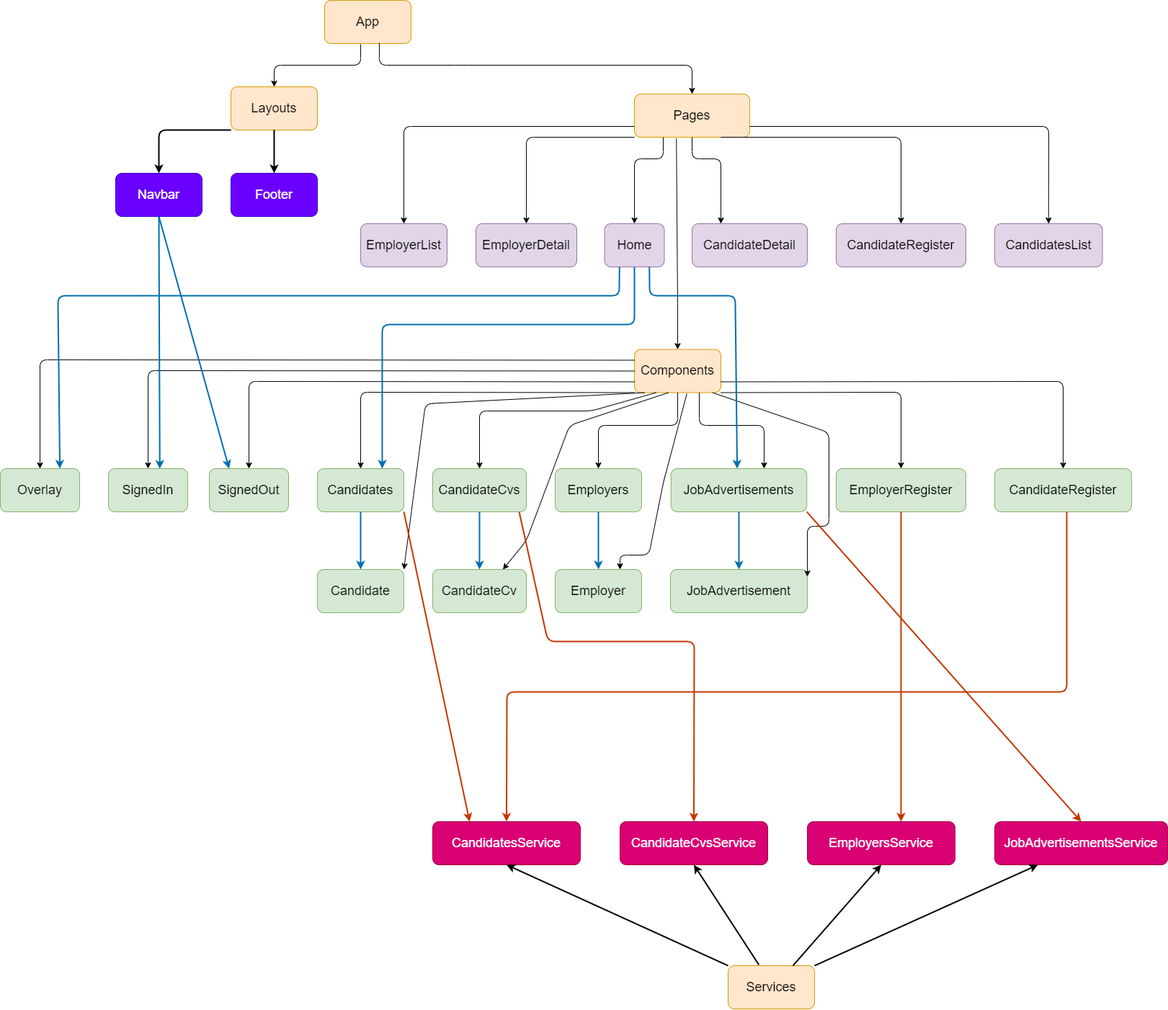
The draw.io diagram src/assets/images/HrmsDiagram.png in sumeyyeyegen/HRMS.Frontend, before a commit. Source tidied: cells renumbered, new cells last; positions are measured from the earlier drawing's top-left corner, leaving out a move shared by most shapes.
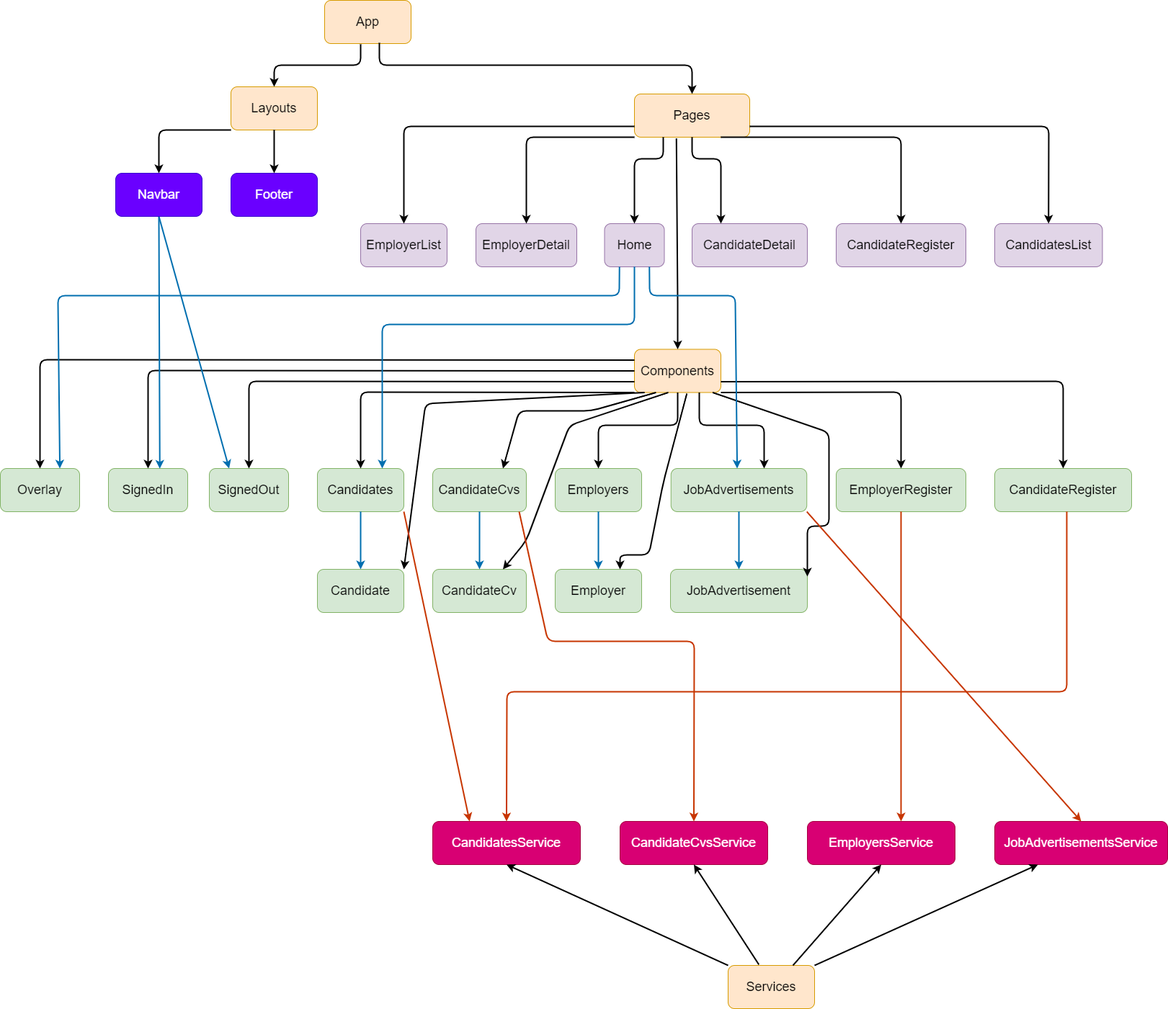
Above is the later version.

Change to the diagram source:
```diff
@@ -14,7 +14,7 @@
     <mxCell id="5" value="&lt;font style=&quot;font-size: 18px&quot;&gt;Layouts&lt;/font&gt;" style="rounded=1;whiteSpace=wrap;html=1;fillColor=#ffe6cc;strokeColor=#d79b00;" parent="1" vertex="1">
       <mxGeometry x="320" y="120" width="120" height="60" as="geometry" />
     </mxCell>
-    <mxCell id="6" style="endArrow=classic;html=1;entryX=0.5;entryY=0;entryDx=0;entryDy=0;exitX=0.633;exitY=0.983;exitDx=0;exitDy=0;exitPerimeter=0;" parent="1" edge="1" source="2" target="3">
+    <mxCell id="6" style="endArrow=classic;html=1;entryX=0.5;entryY=0;entryDx=0;entryDy=0;exitX=0.633;exitY=0.983;exitDx=0;exitDy=0;exitPerimeter=0;strokeWidth=2;" parent="1" edge="1" source="2" target="3">
       <mxGeometry relative="1" as="geometry">
         <Array as="points">
           <mxPoint x="526" y="90" />
@@ -23,7 +23,7 @@
         </Array>
       </mxGeometry>
     </mxCell>
-    <mxCell id="7" style="endArrow=classic;html=1;entryX=0.5;entryY=0;entryDx=0;entryDy=0;exitX=0.417;exitY=1.017;exitDx=0;exitDy=0;exitPerimeter=0;" parent="1" edge="1" source="2" target="5">
+    <mxCell id="7" style="endArrow=classic;html=1;entryX=0.5;entryY=0;entryDx=0;entryDy=0;exitX=0.417;exitY=1.017;exitDx=0;exitDy=0;exitPerimeter=0;strokeWidth=2;" parent="1" edge="1" source="2" target="5">
       <mxGeometry relative="1" as="geometry">
         <Array as="points">
           <mxPoint x="500" y="90" />
@@ -31,7 +31,7 @@
         </Array>
       </mxGeometry>
     </mxCell>
-    <mxCell id="8" style="endArrow=classic;html=1;entryX=0.5;entryY=0;entryDx=0;entryDy=0;exitX=0.364;exitY=1.029;exitDx=0;exitDy=0;exitPerimeter=0;" parent="1" edge="1" source="3" target="4">
+    <mxCell id="8" style="endArrow=classic;html=1;entryX=0.5;entryY=0;entryDx=0;entryDy=0;exitX=0.364;exitY=1.029;exitDx=0;exitDy=0;exitPerimeter=0;strokeWidth=2;" parent="1" edge="1" source="3" target="4">
       <mxGeometry relative="1" as="geometry">
         <Array as="points">
           <mxPoint x="940" y="430" />
@@ -95,21 +95,21 @@
     <mxCell id="27" value="&lt;font style=&quot;font-size: 18px&quot;&gt;EmployerDetail&lt;/font&gt;" style="rounded=1;whiteSpace=wrap;html=1;fillColor=#e1d5e7;strokeColor=#9673a6;" parent="1" vertex="1">
       <mxGeometry x="660" y="310" width="140" height="60" as="geometry" />
     </mxCell>
-    <mxCell id="28" style="endArrow=classic;html=1;exitX=1;exitY=0.75;exitDx=0;exitDy=0;entryX=0.5;entryY=0;entryDx=0;entryDy=0;" parent="1" edge="1" source="3" target="23">
+    <mxCell id="28" style="endArrow=classic;html=1;exitX=1;exitY=0.75;exitDx=0;exitDy=0;entryX=0.5;entryY=0;entryDx=0;entryDy=0;strokeWidth=2;" parent="1" edge="1" source="3" target="23">
       <mxGeometry relative="1" as="geometry">
         <Array as="points">
           <mxPoint x="1455" y="175" />
         </Array>
       </mxGeometry>
     </mxCell>
-    <mxCell id="29" style="endArrow=classic;html=1;exitX=0.75;exitY=1;exitDx=0;exitDy=0;entryX=0.5;entryY=0;entryDx=0;entryDy=0;" parent="1" edge="1" source="3" target="24">
+    <mxCell id="29" style="endArrow=classic;html=1;exitX=0.75;exitY=1;exitDx=0;exitDy=0;entryX=0.5;entryY=0;entryDx=0;entryDy=0;strokeWidth=2;" parent="1" edge="1" source="3" target="24">
       <mxGeometry relative="1" as="geometry">
         <Array as="points">
           <mxPoint x="1250" y="190" />
         </Array>
       </mxGeometry>
     </mxCell>
-    <mxCell id="30" style="endArrow=classic;html=1;exitX=0.5;exitY=1;exitDx=0;exitDy=0;entryX=0.25;entryY=0;entryDx=0;entryDy=0;" parent="1" edge="1" source="3" target="25">
+    <mxCell id="30" style="endArrow=classic;html=1;exitX=0.5;exitY=1;exitDx=0;exitDy=0;entryX=0.25;entryY=0;entryDx=0;entryDy=0;strokeWidth=2;" parent="1" edge="1" source="3" target="25">
       <mxGeometry relative="1" as="geometry">
         <Array as="points">
           <mxPoint x="960" y="220" />
@@ -117,7 +117,7 @@
         </Array>
       </mxGeometry>
     </mxCell>
-    <mxCell id="31" style="endArrow=classic;html=1;exitX=0.25;exitY=1;exitDx=0;exitDy=0;entryX=0.5;entryY=0;entryDx=0;entryDy=0;" parent="1" edge="1" source="3" target="26">
+    <mxCell id="31" style="endArrow=classic;html=1;exitX=0.25;exitY=1;exitDx=0;exitDy=0;entryX=0.5;entryY=0;entryDx=0;entryDy=0;strokeWidth=2;" parent="1" edge="1" source="3" target="26">
       <mxGeometry relative="1" as="geometry">
         <Array as="points">
           <mxPoint x="920" y="220" />
@@ -125,35 +125,35 @@
         </Array>
       </mxGeometry>
     </mxCell>
-    <mxCell id="32" style="endArrow=classic;html=1;exitX=0;exitY=1;exitDx=0;exitDy=0;entryX=0.5;entryY=0;entryDx=0;entryDy=0;" parent="1" edge="1" source="3" target="27">
+    <mxCell id="32" style="endArrow=classic;html=1;exitX=0;exitY=1;exitDx=0;exitDy=0;entryX=0.5;entryY=0;entryDx=0;entryDy=0;strokeWidth=2;" parent="1" edge="1" source="3" target="27">
       <mxGeometry relative="1" as="geometry">
         <Array as="points">
           <mxPoint x="730" y="190" />
         </Array>
       </mxGeometry>
     </mxCell>
-    <mxCell id="33" style="endArrow=classic;html=1;exitX=0;exitY=0.75;exitDx=0;exitDy=0;entryX=0.5;entryY=0;entryDx=0;entryDy=0;" parent="1" edge="1" source="3" target="22">
+    <mxCell id="33" style="endArrow=classic;html=1;exitX=0;exitY=0.75;exitDx=0;exitDy=0;entryX=0.5;entryY=0;entryDx=0;entryDy=0;strokeWidth=2;" parent="1" edge="1" source="3" target="22">
       <mxGeometry relative="1" as="geometry">
         <Array as="points">
           <mxPoint x="560" y="175" />
         </Array>
       </mxGeometry>
     </mxCell>
-    <mxCell id="34" style="endArrow=classic;html=1;exitX=1;exitY=0.75;exitDx=0;exitDy=0;entryX=0.5;entryY=0;entryDx=0;entryDy=0;" parent="1" edge="1" source="4" target="12">
+    <mxCell id="34" style="endArrow=classic;html=1;exitX=1;exitY=0.75;exitDx=0;exitDy=0;entryX=0.5;entryY=0;entryDx=0;entryDy=0;strokeWidth=2;" parent="1" edge="1" source="4" target="12">
       <mxGeometry relative="1" as="geometry">
         <Array as="points">
           <mxPoint x="1475" y="529" />
         </Array>
       </mxGeometry>
     </mxCell>
-    <mxCell id="35" style="endArrow=classic;html=1;exitX=1;exitY=1;exitDx=0;exitDy=0;entryX=0.5;entryY=0;entryDx=0;entryDy=0;" parent="1" edge="1" source="4" target="15">
+    <mxCell id="35" style="endArrow=classic;html=1;exitX=1;exitY=1;exitDx=0;exitDy=0;entryX=0.5;entryY=0;entryDx=0;entryDy=0;strokeWidth=2;" parent="1" edge="1" source="4" target="15">
       <mxGeometry relative="1" as="geometry">
         <Array as="points">
           <mxPoint x="1250" y="544" />
         </Array>
       </mxGeometry>
     </mxCell>
-    <mxCell id="36" style="endArrow=classic;html=1;exitX=0.75;exitY=1;exitDx=0;exitDy=0;" parent="1" edge="1" source="4">
+    <mxCell id="36" style="endArrow=classic;html=1;exitX=0.75;exitY=1;exitDx=0;exitDy=0;strokeWidth=2;" parent="1" edge="1" source="4">
       <mxGeometry relative="1" as="geometry">
         <mxPoint x="1060" y="650" as="targetPoint" />
         <Array as="points">
@@ -162,7 +162,7 @@
         </Array>
       </mxGeometry>
     </mxCell>
-    <mxCell id="37" style="endArrow=classic;html=1;exitX=0.5;exitY=1;exitDx=0;exitDy=0;entryX=0.5;entryY=0;entryDx=0;entryDy=0;" parent="1" edge="1" source="4" target="16">
+    <mxCell id="37" style="endArrow=classic;html=1;exitX=0.5;exitY=1;exitDx=0;exitDy=0;entryX=0.5;entryY=0;entryDx=0;entryDy=0;strokeWidth=2;" parent="1" edge="1" source="4" target="16">
       <mxGeometry relative="1" as="geometry">
         <Array as="points">
           <mxPoint x="940" y="590" />
@@ -170,43 +170,43 @@
         </Array>
       </mxGeometry>
     </mxCell>
-    <mxCell id="38" style="endArrow=classic;html=1;exitX=0.25;exitY=1;exitDx=0;exitDy=0;entryX=0.5;entryY=0;entryDx=0;entryDy=0;" parent="1" edge="1" source="4" target="11">
+    <mxCell id="38" style="endArrow=classic;html=1;exitX=0.25;exitY=1;exitDx=0;exitDy=0;entryX=0.75;entryY=0;entryDx=0;entryDy=0;strokeWidth=2;" parent="1" edge="1" source="4" target="11">
       <mxGeometry relative="1" as="geometry">
         <Array as="points">
           <mxPoint x="820" y="570" />
-          <mxPoint x="665" y="570" />
+          <mxPoint x="720" y="570" />
         </Array>
       </mxGeometry>
     </mxCell>
-    <mxCell id="39" style="endArrow=classic;html=1;exitX=0;exitY=1;exitDx=0;exitDy=0;entryX=0.5;entryY=0;entryDx=0;entryDy=0;" parent="1" edge="1" source="4" target="13">
+    <mxCell id="39" style="endArrow=classic;html=1;exitX=0;exitY=1;exitDx=0;exitDy=0;entryX=0.5;entryY=0;entryDx=0;entryDy=0;strokeWidth=2;" parent="1" edge="1" source="4" target="13">
       <mxGeometry relative="1" as="geometry">
         <Array as="points">
           <mxPoint x="500" y="544" />
         </Array>
       </mxGeometry>
     </mxCell>
-    <mxCell id="40" style="endArrow=classic;html=1;exitX=0;exitY=0.75;exitDx=0;exitDy=0;entryX=0.5;entryY=0;entryDx=0;entryDy=0;" parent="1" edge="1" source="4" target="20">
+    <mxCell id="40" style="endArrow=classic;html=1;exitX=0;exitY=0.75;exitDx=0;exitDy=0;entryX=0.5;entryY=0;entryDx=0;entryDy=0;strokeWidth=2;" parent="1" edge="1" source="4" target="20">
       <mxGeometry relative="1" as="geometry">
         <Array as="points">
           <mxPoint x="345" y="529" />
         </Array>
       </mxGeometry>
     </mxCell>
-    <mxCell id="41" style="endArrow=classic;html=1;exitX=0;exitY=0.5;exitDx=0;exitDy=0;entryX=0.5;entryY=0;entryDx=0;entryDy=0;" parent="1" edge="1" source="4" target="21">
+    <mxCell id="41" style="endArrow=classic;html=1;exitX=0;exitY=0.5;exitDx=0;exitDy=0;entryX=0.5;entryY=0;entryDx=0;entryDy=0;strokeWidth=2;" parent="1" edge="1" source="4" target="21">
       <mxGeometry relative="1" as="geometry">
         <Array as="points">
           <mxPoint x="205" y="514" />
         </Array>
       </mxGeometry>
     </mxCell>
-    <mxCell id="42" style="endArrow=classic;html=1;exitX=0.118;exitY=1.001;exitDx=0;exitDy=0;exitPerimeter=0;entryX=1;entryY=0;entryDx=0;entryDy=0;" parent="1" edge="1" source="4" target="10">
+    <mxCell id="42" style="endArrow=classic;html=1;exitX=0.118;exitY=1.001;exitDx=0;exitDy=0;exitPerimeter=0;entryX=1;entryY=0;entryDx=0;entryDy=0;strokeWidth=2;" parent="1" edge="1" source="4" target="10">
       <mxGeometry relative="1" as="geometry">
         <Array as="points">
           <mxPoint x="590" y="560" />
         </Array>
       </mxGeometry>
     </mxCell>
-    <mxCell id="43" style="endArrow=classic;html=1;entryX=0.75;entryY=0;entryDx=0;entryDy=0;exitX=0.392;exitY=1.001;exitDx=0;exitDy=0;exitPerimeter=0;" parent="1" edge="1" source="4" target="9">
+    <mxCell id="43" style="endArrow=classic;html=1;entryX=0.75;entryY=0;entryDx=0;entryDy=0;exitX=0.392;exitY=1.001;exitDx=0;exitDy=0;exitPerimeter=0;strokeWidth=2;" parent="1" edge="1" source="4" target="9">
       <mxGeometry relative="1" as="geometry">
         <Array as="points">
           <mxPoint x="790" y="590" />
@@ -214,7 +214,7 @@
         </Array>
       </mxGeometry>
     </mxCell>
-    <mxCell id="44" style="endArrow=classic;html=1;exitX=0.606;exitY=1.025;exitDx=0;exitDy=0;entryX=0.75;entryY=0;entryDx=0;entryDy=0;exitPerimeter=0;" parent="1" edge="1" source="4" target="14">
+    <mxCell id="44" style="endArrow=classic;html=1;exitX=0.606;exitY=1.025;exitDx=0;exitDy=0;entryX=0.75;entryY=0;entryDx=0;entryDy=0;exitPerimeter=0;strokeWidth=2;" parent="1" edge="1" source="4" target="14">
       <mxGeometry relative="1" as="geometry">
         <Array as="points">
           <mxPoint x="920" y="670" />
@@ -223,7 +223,7 @@
         </Array>
       </mxGeometry>
     </mxCell>
-    <mxCell id="45" style="endArrow=classic;html=1;exitX=0.904;exitY=1.001;exitDx=0;exitDy=0;exitPerimeter=0;" parent="1" edge="1" source="4">
+    <mxCell id="45" style="endArrow=classic;html=1;exitX=0.904;exitY=1.001;exitDx=0;exitDy=0;exitPerimeter=0;strokeWidth=2;" parent="1" edge="1" source="4">
       <mxGeometry relative="1" as="geometry">
         <mxPoint x="1120" y="800" as="targetPoint" />
         <Array as="points">
@@ -233,7 +233,7 @@
         </Array>
       </mxGeometry>
     </mxCell>
-    <mxCell id="46" style="endArrow=classic;html=1;exitX=0;exitY=0.25;exitDx=0;exitDy=0;entryX=0.5;entryY=0;entryDx=0;entryDy=0;" parent="1" edge="1" source="4" target="18">
+    <mxCell id="46" style="endArrow=classic;html=1;exitX=0;exitY=0.25;exitDx=0;exitDy=0;entryX=0.5;entryY=0;entryDx=0;entryDy=0;strokeWidth=2;" parent="1" edge="1" source="4" target="18">
       <mxGeometry relative="1" as="geometry">
         <Array as="points">
           <mxPoint x="55" y="499" />
```
